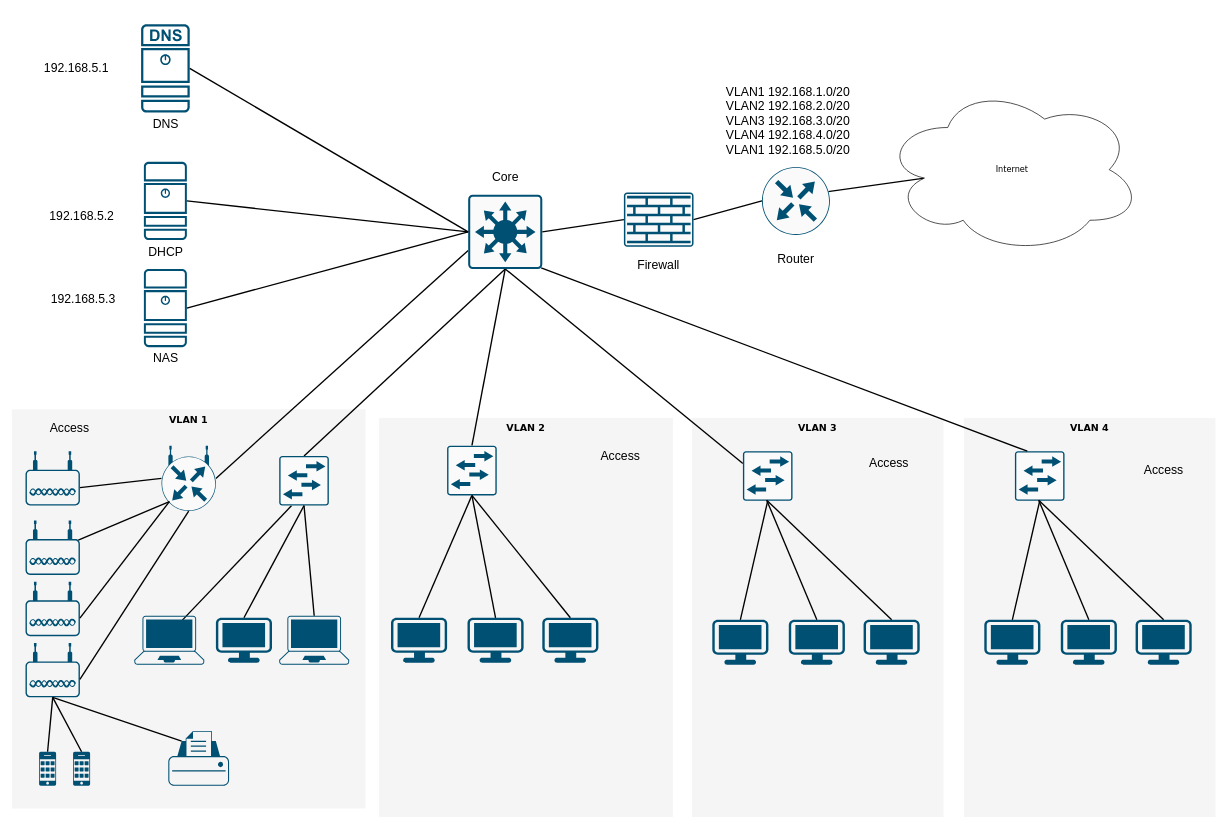
The draw.io diagram 未命名绘图.drawio in hayden-pzhou/drawioChart, before the edit. Source tidied: cells renumbered, new cells numbered last; positions are measured from the earlier drawing's top-left corner, leaving out a move shared by most shapes. Both pictures are drawn from the tidied source at 68%, with x=0, y=0 at pixel (12, 24).
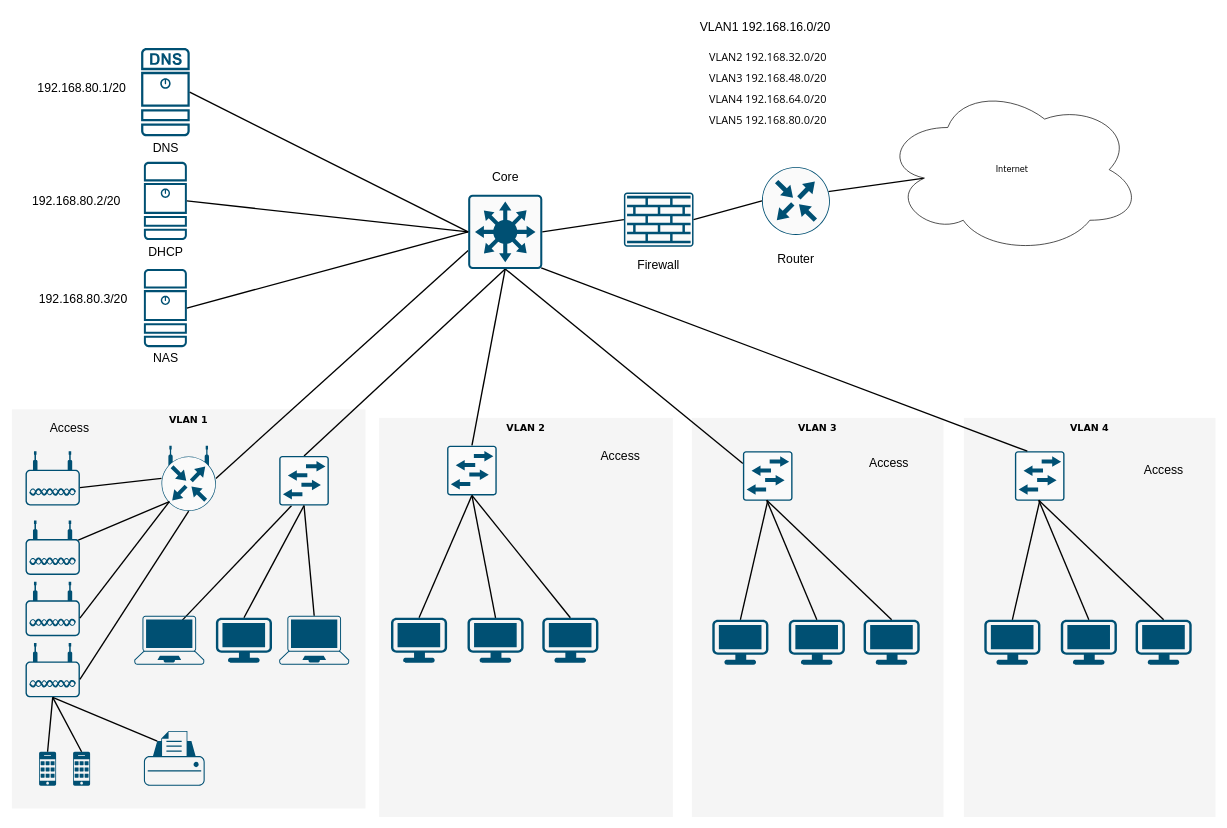
Above is the later version.

Commit message:
更新未命名绘图.drawio

The edit, as a diff of the source:
```diff
@@
     <mxCell id="16" style="points=[[0.22,0.185,0],[0.5,0,0],[0.78,0.185,0],[0.975,0.49,0],[1,0.73,0],[0.975,0.97,0],[0.5,1,0],[0.025,0.97,0],[0,0.73,0],[0.025,0.49,0]];verticalLabelPosition=bottom;sketch=0;html=1;verticalAlign=top;align=center;shape=mxgraph.cisco19.printer;fillColor=#005073;strokeColor=none;" parent="1" vertex="1">
-      <mxGeometry x="230" y="1039.5" width="89.4" height="80.5" as="geometry" />
+      <mxGeometry x="194.1" y="1039.5" width="89.4" height="80.5" as="geometry" />
     </mxCell>
@@
     <mxCell id="50" value="&lt;font style=&quot;font-size: 18px;&quot;&gt;DNS&lt;/font&gt;" style="sketch=0;points=[[0.015,0.015,0],[0.985,0.015,0],[0.985,0.985,0],[0.015,0.985,0],[0.25,0,0],[0.5,0,0],[0.75,0,0],[1,0.25,0],[1,0.5,0],[1,0.75,0],[0.75,1,0],[0.5,1,0],[0.25,1,0],[0,0.75,0],[0,0.5,0],[0,0.25,0]];verticalLabelPosition=bottom;html=1;verticalAlign=top;align=center;shape=mxgraph.cisco19.dns_server;fillColor=#005073;strokeColor=none;" parent="1" vertex="1">
-      <mxGeometry x="190" width="71.5" height="130" as="geometry" />
+      <mxGeometry x="190" y="35" width="71.5" height="130" as="geometry" />
     </mxCell>
@@
-    <mxCell id="65" value="&lt;font style=&quot;font-size: 18px;&quot;&gt;VLAN1 192.168.1.0/20&lt;br&gt;VLAN2 192.168.2.0/20&lt;br&gt;VLAN3 192.168.3.0/20&lt;br&gt;VLAN4 192.168.4.0/20&lt;br&gt;VLAN1 192.168.5.0/20&lt;/font&gt;" style="text;strokeColor=none;align=center;fillColor=none;html=1;verticalAlign=middle;whiteSpace=wrap;rounded=0;" parent="1" vertex="1">
-      <mxGeometry x="980" y="82.5" width="323" height="120" as="geometry" />
-    </mxCell>
-    <mxCell id="66" value="&lt;font style=&quot;font-size: 18px;&quot;&gt;192.168.5.1&lt;/font&gt;" style="text;strokeColor=none;align=center;fillColor=none;html=1;verticalAlign=middle;whiteSpace=wrap;rounded=0;" parent="1" vertex="1">
-      <mxGeometry x="30" y="30" width="130" height="70" as="geometry" />
+    <mxCell id="66" value="&lt;font style=&quot;font-size: 18px;&quot;&gt;192.168.80.1/20&lt;/font&gt;" style="text;strokeColor=none;align=center;fillColor=none;html=1;verticalAlign=middle;whiteSpace=wrap;rounded=0;" parent="1" vertex="1">
+      <mxGeometry x="37.5" y="60" width="130" height="70" as="geometry" />
     </mxCell>
-    <mxCell id="67" value="&lt;font style=&quot;font-size: 18px;&quot;&gt;192.168.5.2&lt;/font&gt;" style="text;strokeColor=none;align=center;fillColor=none;html=1;verticalAlign=middle;whiteSpace=wrap;rounded=0;" parent="1" vertex="1">
-      <mxGeometry x="37.5" y="247.5" width="130" height="70" as="geometry" />
+    <mxCell id="67" value="&lt;font style=&quot;font-size: 18px;&quot;&gt;192.168.80.2/20&lt;/font&gt;" style="text;strokeColor=none;align=center;fillColor=none;html=1;verticalAlign=middle;whiteSpace=wrap;rounded=0;" parent="1" vertex="1">
+      <mxGeometry x="30" y="225" width="130" height="70" as="geometry" />
     </mxCell>
-    <mxCell id="68" value="&lt;font style=&quot;font-size: 18px;&quot;&gt;192.168.5.3&lt;/font&gt;" style="text;strokeColor=none;align=center;fillColor=none;html=1;verticalAlign=middle;whiteSpace=wrap;rounded=0;" parent="1" vertex="1">
+    <mxCell id="68" value="&lt;font style=&quot;font-size: 18px;&quot;&gt;192.168.80.3/20&lt;/font&gt;" style="text;strokeColor=none;align=center;fillColor=none;html=1;verticalAlign=middle;whiteSpace=wrap;rounded=0;" parent="1" vertex="1">
       <mxGeometry x="40" y="370" width="130" height="70" as="geometry" />
     </mxCell>
@@
+    <mxCell id="78" value="&lt;p class=&quot;MsoNormal&quot;&gt;&lt;span style=&quot;background-color: initial; font-family: &amp;quot;Segoe UI&amp;quot;; font-size: medium;&quot;&gt;VLAN2 192.168.32.0/20&lt;/span&gt;&lt;br&gt;&lt;/p&gt;&lt;p style=&quot;border-color: var(--border-color);&quot; class=&quot;MsoNormal&quot;&gt;&lt;font style=&quot;border-color: var(--border-color);&quot; size=&quot;3&quot; face=&quot;Segoe UI&quot;&gt;VLAN3 192.168.48.0/20&lt;/font&gt;&lt;/p&gt;&lt;p style=&quot;border-color: var(--border-color);&quot; class=&quot;MsoNormal&quot;&gt;&lt;font style=&quot;border-color: var(--border-color);&quot; size=&quot;3&quot; face=&quot;Segoe UI&quot;&gt;VLAN4 192.168.64.0/20&lt;/font&gt;&lt;/p&gt;&lt;p style=&quot;border-color: var(--border-color);&quot; class=&quot;MsoNormal&quot;&gt;&lt;font style=&quot;border-color: var(--border-color);&quot; size=&quot;3&quot; face=&quot;Segoe UI&quot;&gt;VLAN5 192.168.80.0/20&lt;/font&gt;&lt;/p&gt;" style="text;strokeColor=none;align=center;fillColor=none;html=1;verticalAlign=middle;whiteSpace=wrap;rounded=0;" parent="1" vertex="1">
+      <mxGeometry x="936.5" y="30" width="350" height="130" as="geometry" />
+    </mxCell>
+    <mxCell id="79" value="&lt;p class=&quot;MsoNormal&quot;&gt;&lt;font style=&quot;font-size: 18px;&quot;&gt;VLAN1 192.168.16.0/20&lt;/font&gt;&lt;/p&gt;" style="text;strokeColor=none;align=center;fillColor=none;html=1;verticalAlign=middle;whiteSpace=wrap;rounded=0;" parent="1" vertex="1">
+      <mxGeometry x="996" y="-10" width="224" height="30" as="geometry" />
+    </mxCell>
```
